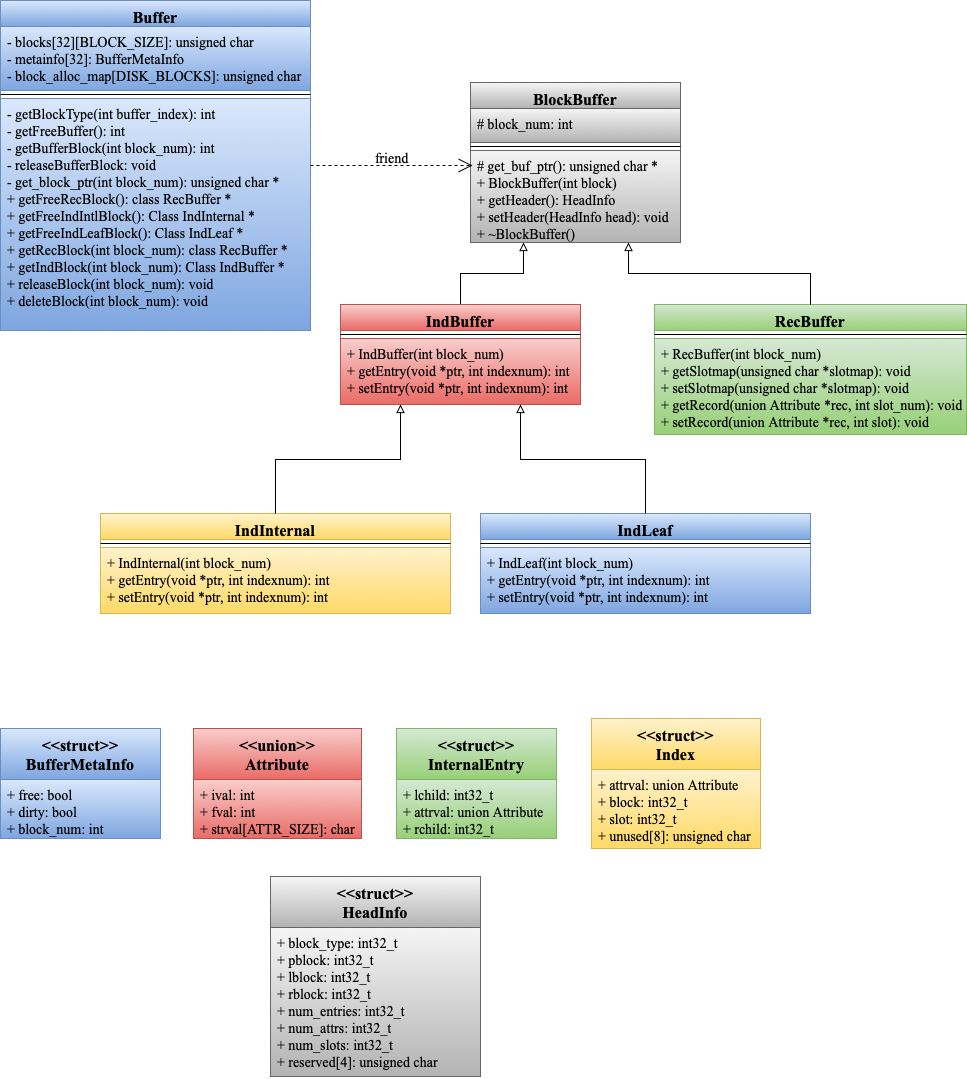
Before: img/buffer_class.png, a diagram exported from draw.io (Nitcbase/nitcbase.github.io). Source tidied: cells renumbered, new cells last; positions are measured from the earlier drawing's top-left corner, leaving out a move shared by most shapes.
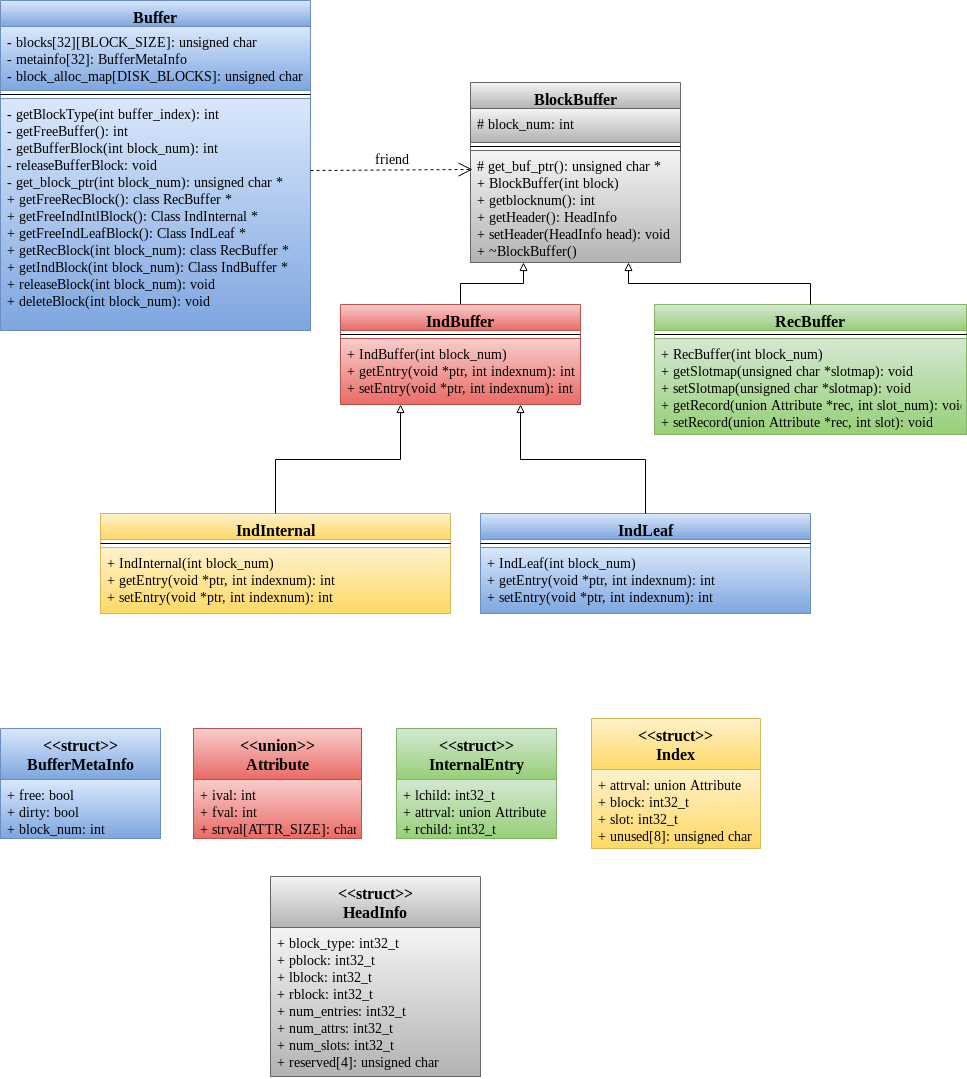
After the change.

The edit, as a diff of the source:
```diff
@@ -15,7 +15,7 @@
       <mxGeometry y="98" width="310" height="232" as="geometry" />
     </mxCell>
     <mxCell id="6" value="BlockBuffer" style="swimlane;fontStyle=1;align=center;verticalAlign=top;horizontal=1;startSize=26;fontFamily=Times New Roman;fontSize=16;fillColor=#f5f5f5;strokeColor=#666666;gradientColor=#b3b3b3;" parent="1" vertex="1">
-      <mxGeometry x="470" y="82" width="210" height="160" as="geometry" />
+      <mxGeometry x="470" y="82" width="210" height="180" as="geometry" />
     </mxCell>
     <mxCell id="7" value="# block_num: int&#10;" style="text;strokeColor=#666666;fillColor=#f5f5f5;align=left;verticalAlign=top;spacingLeft=4;spacingRight=4;overflow=hidden;gradientColor=#b3b3b3;fontFamily=Times New Roman;fontSize=14;" parent="6" vertex="1">
       <mxGeometry y="26" width="210" height="34" as="geometry" />
@@ -23,11 +23,14 @@
     <mxCell id="8" style="line;strokeWidth=1;fillColor=none;align=left;verticalAlign=middle;spacingTop=-1;spacingLeft=3;spacingRight=3;labelPosition=right;" parent="6" vertex="1">
       <mxGeometry y="60" width="210" height="8" as="geometry" />
     </mxCell>
-    <mxCell id="9" value="# get_buf_ptr(): unsigned char *&#10;+ BlockBuffer(int block)&#10;+ getHeader(): HeadInfo&#10;+ setHeader(HeadInfo head): void &#10;+ ~BlockBuffer()" style="text;strokeColor=#666666;fillColor=#f5f5f5;align=left;verticalAlign=top;spacingLeft=4;spacingRight=4;overflow=hidden;points=[[0,0.5],[1,0.5]];portConstraint=eastwest;gradientColor=#b3b3b3;fontFamily=Times New Roman;fontSize=14;" parent="6" vertex="1">
-      <mxGeometry y="68" width="210" height="92" as="geometry" />
+    <mxCell id="9" value="# get_buf_ptr(): unsigned char *&#10;+ BlockBuffer(int block)&#10;+ getblocknum(): int&#10;+ getHeader(): HeadInfo&#10;+ setHeader(HeadInfo head): void &#10;+ ~BlockBuffer()" style="text;strokeColor=#666666;fillColor=#f5f5f5;align=left;verticalAlign=top;spacingLeft=4;spacingRight=4;overflow=hidden;points=[[0,0.5],[1,0.5]];portConstraint=eastwest;gradientColor=#b3b3b3;fontFamily=Times New Roman;fontSize=14;" parent="6" vertex="1">
+      <mxGeometry y="68" width="210" height="112" as="geometry" />
     </mxCell>
-    <mxCell id="10" style="endArrow=open;endSize=12;dashed=1;html=1;fontFamily=Times New Roman;fontSize=16;exitX=1;exitY=0.5;exitDx=0;exitDy=0;entryX=0.01;entryY=0.163;entryDx=0;entryDy=0;entryPerimeter=0;" parent="1" edge="1" source="2" target="9">
-      <mxGeometry relative="1" as="geometry" />
+    <mxCell id="10" style="endArrow=open;endSize=12;dashed=1;html=1;fontFamily=Times New Roman;fontSize=16;" parent="1" edge="1">
+      <mxGeometry relative="1" as="geometry">
+        <mxPoint x="310" y="170" as="sourcePoint" />
+        <mxPoint x="472" y="169" as="targetPoint" />
+      </mxGeometry>
     </mxCell>
     <mxCell id="11" style="endArrow=block;html=1;fontFamily=Times New Roman;fontSize=16;exitX=0.5;exitY=0;exitDx=0;exitDy=0;entryX=0.25;entryY=1;entryDx=0;entryDy=0;edgeStyle=orthogonalEdgeStyle;rounded=0;endFill=0;" parent="1" edge="1" source="12" target="6">
       <mxGeometry relative="1" as="geometry" />
```
